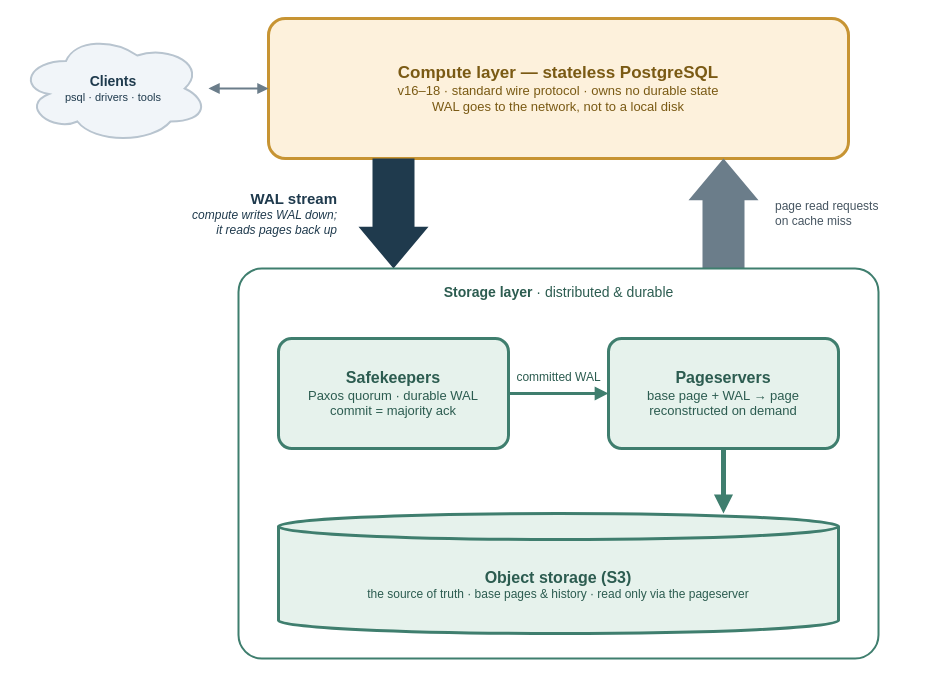
The draw.io diagram content/posts/decoupling-compute-storage-postgres-lakebase/lakebase-compute-storage-architecture.drawio in AlexeyEvlampiev/alexeyevlampiev.github.io, before the edit. Source tidied: cells renumbered, new cells numbered last; positions are measured from the earlier drawing's top-left corner, leaving out a move shared by most shapes. Both pictures are drawn from the tidied source at 100%, with x=0, y=0 at pixel (18, 18).
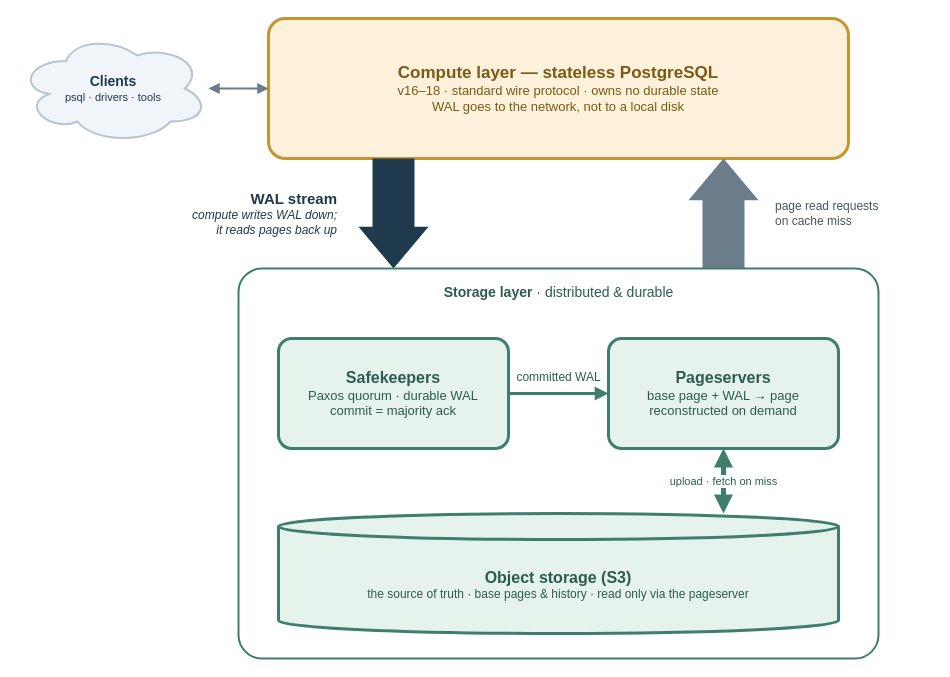
Above is the later version.

The edit, as a diff of the source:
```diff
@@
 <mxGraphModel>
   <root>
     <mxCell id="0" />
     <mxCell id="1" parent="0" />
     <mxCell id="2" value="&lt;font style=&quot;font-size:14px&quot;&gt;&lt;b&gt;Clients&lt;/b&gt;&lt;/font&gt;&lt;br&gt;&lt;font style=&quot;font-size:11px&quot;&gt;psql · drivers · tools&lt;/font&gt;" style="shape=cloud;whiteSpace=wrap;html=1;fillColor=#f1f5f9;strokeColor=#b8c4cf;strokeWidth=2;fontColor=#1f3a4d;" parent="1" vertex="1">
       <mxGeometry y="15" width="190" height="110" as="geometry" />
     </mxCell>
     <mxCell id="3" value="&lt;font style=&quot;font-size:17px&quot;&gt;&lt;b&gt;Compute layer — stateless PostgreSQL&lt;/b&gt;&lt;/font&gt;&lt;br&gt;&lt;font style=&quot;font-size:13px&quot;&gt;v16–18 · standard wire protocol · owns no durable state&lt;br&gt;WAL goes to the network, not to a local disk&lt;/font&gt;" style="rounded=1;whiteSpace=wrap;html=1;fillColor=#fdf1dc;strokeColor=#c79433;strokeWidth=3;fontColor=#7a5a14;arcSize=12;" parent="1" vertex="1">
       <mxGeometry x="250" width="580" height="140" as="geometry" />
     </mxCell>
     <mxCell id="4" style="endArrow=block;startArrow=block;html=1;edgeStyle=none;rounded=0;strokeColor=#6b7d8a;strokeWidth=2;exitX=1;exitY=0.5;exitDx=0;exitDy=0;entryX=0;entryY=0.5;entryDx=0;entryDy=0;" parent="1" edge="1" source="2" target="3">
       <mxGeometry relative="1" as="geometry" />
     </mxCell>
     <mxCell id="5" style="shape=singleArrow;direction=south;html=1;fillColor=#1f3a4d;strokeColor=none;arrowWidth=0.6;arrowSize=0.38;" parent="1" vertex="1">
       <mxGeometry x="340" y="140" width="70" height="110" as="geometry" />
     </mxCell>
     <mxCell id="6" value="&lt;font style=&quot;font-size:15px&quot;&gt;&lt;b&gt;WAL stream&lt;/b&gt;&lt;/font&gt;&lt;br&gt;&lt;font style=&quot;font-size:12px&quot;&gt;&lt;i&gt;compute writes WAL down;&lt;br&gt;it reads pages back up&lt;/i&gt;&lt;/font&gt;" style="text;html=1;fontColor=#1f3a4d;align=right;verticalAlign=middle;" parent="1" vertex="1">
       <mxGeometry x="100" y="163" width="220" height="64" as="geometry" />
     </mxCell>
     <mxCell id="7" style="shape=singleArrow;direction=north;html=1;fillColor=#6b7d8a;strokeColor=none;arrowWidth=0.6;arrowSize=0.38;" parent="1" vertex="1">
       <mxGeometry x="670" y="140" width="70" height="110" as="geometry" />
     </mxCell>
     <mxCell id="8" value="&lt;font style=&quot;font-size:12px&quot;&gt;page read requests&lt;br&gt;on cache miss&lt;/font&gt;" style="text;html=1;fontColor=#465561;align=left;verticalAlign=middle;" parent="1" vertex="1">
       <mxGeometry x="755" y="171" width="160" height="48" as="geometry" />
     </mxCell>
     <mxCell id="9" style="rounded=1;whiteSpace=wrap;html=1;fillColor=none;strokeColor=#3f7e6e;strokeWidth=2;arcSize=6;" parent="1" vertex="1">
       <mxGeometry x="220" y="250" width="640" height="390" as="geometry" />
     </mxCell>
     <mxCell id="10" value="&lt;font style=&quot;font-size:14px&quot;&gt;&lt;b&gt;Storage layer&lt;/b&gt; · distributed &amp;amp; durable&lt;/font&gt;" style="text;html=1;fontColor=#2c5c50;align=center;verticalAlign=middle;" parent="1" vertex="1">
       <mxGeometry x="220" y="262" width="640" height="24" as="geometry" />
     </mxCell>
     <mxCell id="11" value="&lt;font style=&quot;font-size:16px&quot;&gt;&lt;b&gt;Safekeepers&lt;/b&gt;&lt;/font&gt;&lt;br&gt;&lt;font style=&quot;font-size:13px&quot;&gt;Paxos quorum · durable WAL&lt;br&gt;commit = majority ack&lt;/font&gt;" style="rounded=1;whiteSpace=wrap;html=1;fillColor=#e6f2ec;strokeColor=#3f7e6e;strokeWidth=3;fontColor=#2c5c50;arcSize=12;" parent="1" vertex="1">
       <mxGeometry x="260" y="320" width="230" height="110" as="geometry" />
     </mxCell>
     <mxCell id="12" value="&lt;font style=&quot;font-size:16px&quot;&gt;&lt;b&gt;Pageservers&lt;/b&gt;&lt;/font&gt;&lt;br&gt;&lt;font style=&quot;font-size:13px&quot;&gt;base page + WAL → page&lt;br&gt;reconstructed on demand&lt;/font&gt;" style="rounded=1;whiteSpace=wrap;html=1;fillColor=#e6f2ec;strokeColor=#3f7e6e;strokeWidth=3;fontColor=#2c5c50;arcSize=12;" parent="1" vertex="1">
       <mxGeometry x="590" y="320" width="230" height="110" as="geometry" />
     </mxCell>
     <mxCell id="13" value="&lt;font style=&quot;font-size:12px&quot;&gt;committed WAL&lt;/font&gt;" style="endArrow=block;html=1;edgeStyle=none;rounded=0;strokeColor=#3f7e6e;strokeWidth=3;fontColor=#2c5c50;exitX=1;exitY=0.5;exitDx=0;exitDy=0;entryX=0;entryY=0.5;entryDx=0;entryDy=0;" parent="1" edge="1" source="11" target="12">
       <mxGeometry relative="1" as="geometry">
         <mxPoint y="-16" as="offset" />
       </mxGeometry>
     </mxCell>
     <mxCell id="14" value="&lt;font style=&quot;font-size:16px&quot;&gt;&lt;b&gt;Object storage (S3)&lt;/b&gt;&lt;/font&gt;&lt;br&gt;&lt;font style=&quot;font-size:12px&quot;&gt;the source of truth · base pages &amp;amp; history · read only via the pageserver&lt;/font&gt;" style="shape=cylinder3;whiteSpace=wrap;html=1;boundedLbl=1;backgroundOutline=1;size=13;fillColor=#e6f2ec;strokeColor=#3f7e6e;strokeWidth=3;fontColor=#2c5c50;" parent="1" vertex="1">
       <mxGeometry x="260" y="495" width="560" height="120" as="geometry" />
     </mxCell>
-    <mxCell id="15" style="endArrow=block;html=1;edgeStyle=none;rounded=0;strokeColor=#3f7e6e;strokeWidth=5;exitX=0.5;exitY=1;exitDx=0;exitDy=0;entryX=0.7946;entryY=0;entryDx=0;entryDy=0;" parent="1" edge="1" source="12" target="14">
+    <mxCell id="15" value="&lt;font style=&quot;font-size:11px&quot;&gt;upload · fetch on miss&lt;/font&gt;" style="endArrow=block;startArrow=block;html=1;edgeStyle=none;rounded=0;strokeColor=#3f7e6e;strokeWidth=5;fontColor=#2c5c50;exitX=0.5;exitY=1;exitDx=0;exitDy=0;entryX=0.7946;entryY=0;entryDx=0;entryDy=0;" parent="1" edge="1" source="12" target="14">
       <mxGeometry relative="1" as="geometry" />
     </mxCell>
   </root>
 </mxGraphModel>
```
